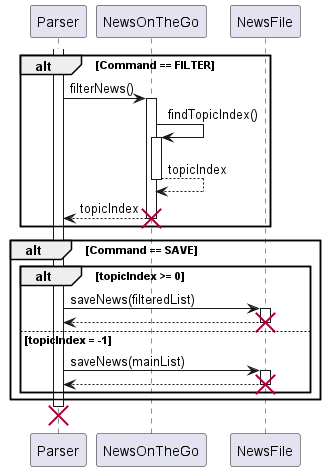
Earlier version of the PlantUML export docs/UML_Diagrams/filterFunctionSequence.png (AhmedShaiyan/tp).
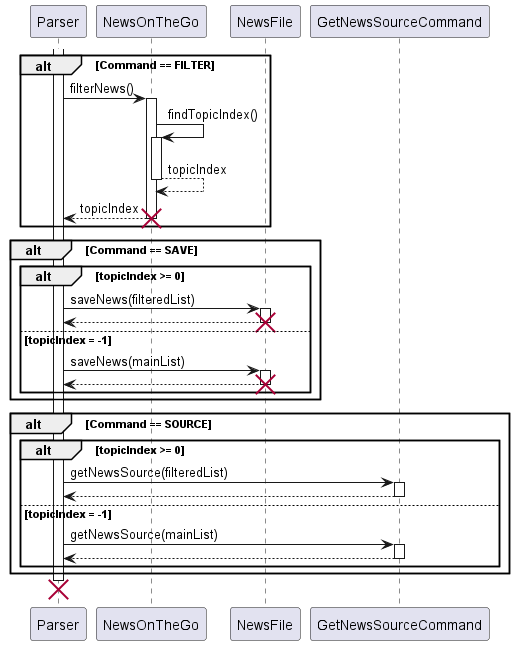
After the commit.

Diff of the diagram source:
```diff
@@ -28,5 +28,19 @@
 destroy NewsFile
 end
 end
+
+alt Command == SOURCE
+alt topicIndex >= 0
+Parser->GetNewsSourceCommand: getNewsSource(filteredList)
+activate GetNewsSourceCommand
+GetNewsSourceCommand-->Parser
+deactivate GetNewsSourceCommand
+else topicIndex = -1
+Parser->GetNewsSourceCommand: getNewsSource(mainList)
+activate GetNewsSourceCommand
+GetNewsSourceCommand-->Parser
+deactivate GetNewsSourceCommand
+end
+end
 destroy Parser
 @enduml
```
